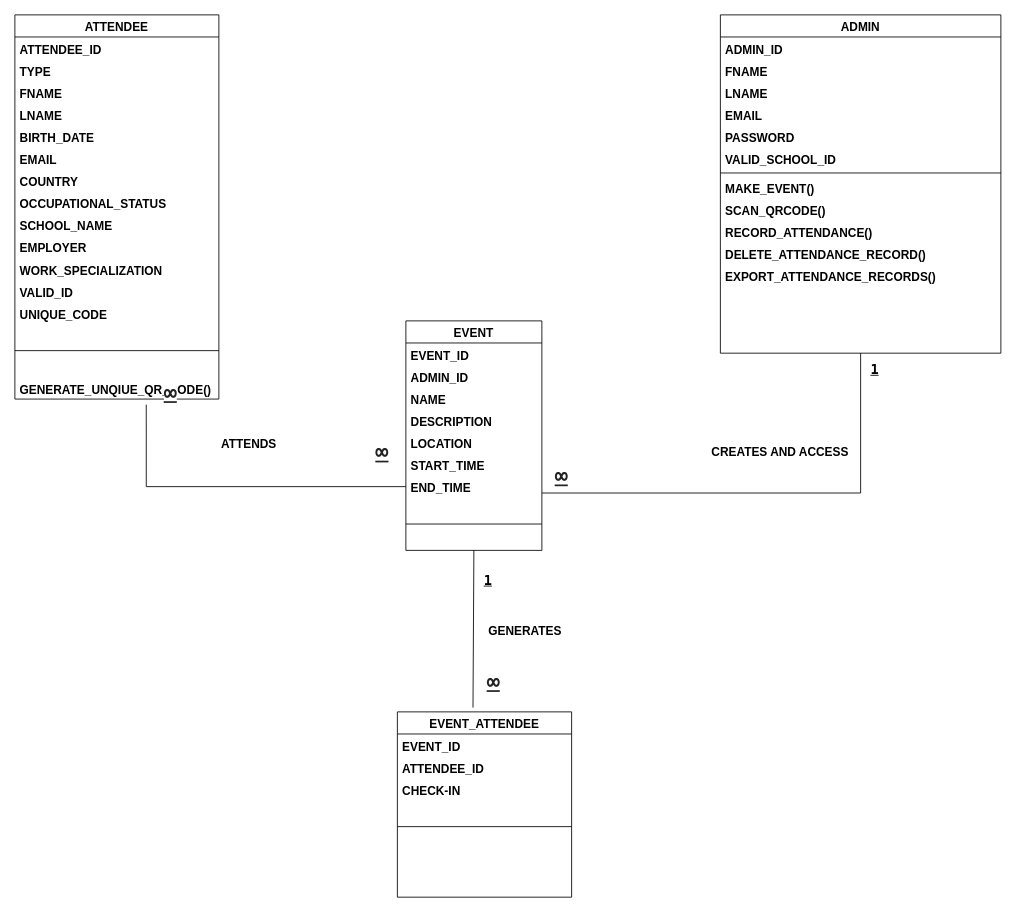
Above: system-data-flow-diagram-using_UML.drawio in JEIT25/CSUCC-QRConnect-Streamlined-Academic-Event-Sign-in-System (draw.io), before the change. Source tidied: cells renumbered, new cells numbered last; positions are measured from the earlier drawing's top-left corner, leaving out a move shared by most shapes. Both pictures are drawn from the tidied source at 85%, with x=0, y=0 at pixel (14, 14).
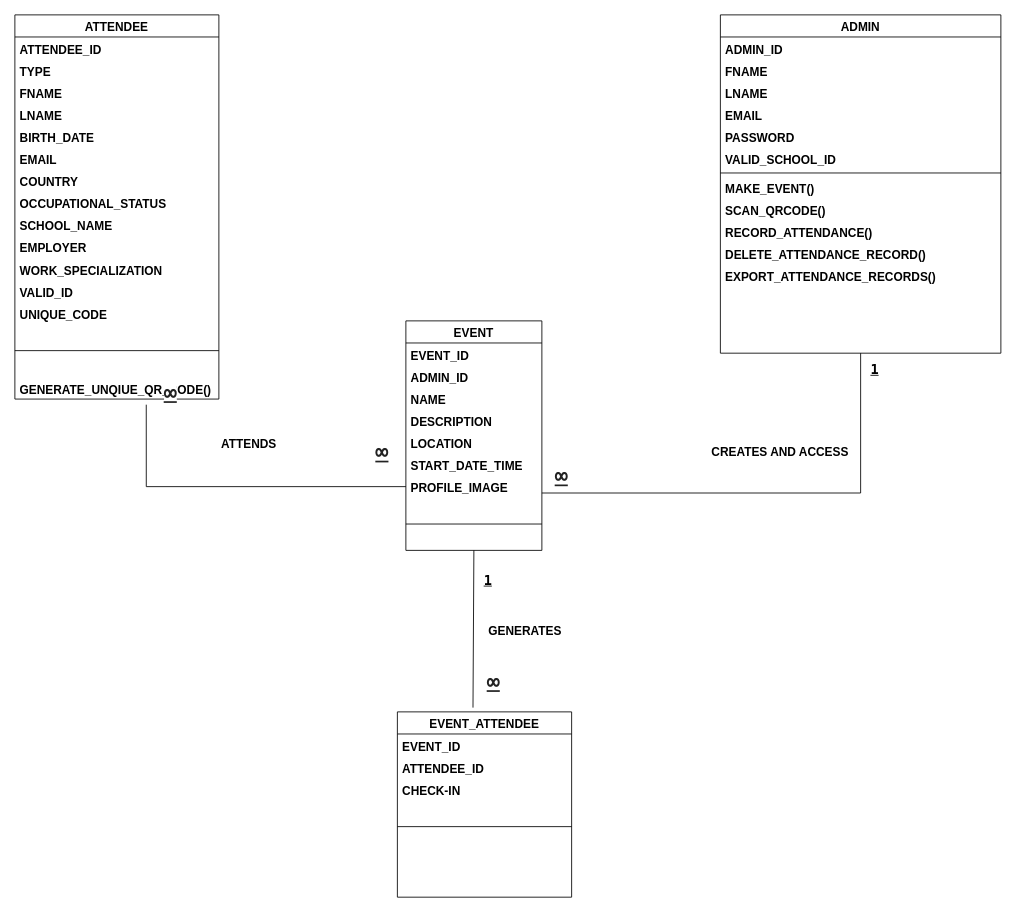
The same page after the edit.

Unchanged cells that the change refers to:
```xml
<mxCell id="30" value="GENERATE_UNQIUE_QR_CODE()" style="text;align=left;verticalAlign=top;spacingLeft=4;spacingRight=4;overflow=hidden;points=[[0,0.5],[1,0.5]];portConstraint=eastwest;rounded=0;shadow=0;html=0;fontStyle=1;fontSize=14;" parent="15" vertex="1">
  <mxGeometry y="426" width="240" height="26" as="geometry" />
</mxCell>
<mxCell id="31" value="EVENT" style="swimlane;fontStyle=1;align=center;verticalAlign=top;horizontal=1;startSize=26;rounded=0;shadow=0;strokeWidth=1;fontSize=14;" parent="1" vertex="1">
  <mxGeometry x="460" y="360" width="160" height="270" as="geometry" />
</mxCell>
```

Change to the diagram source:
```diff
@@
-    <mxCell id="37" value="START_TIME" style="text;align=left;verticalAlign=top;spacingLeft=4;spacingRight=4;overflow=hidden;rounded=0;shadow=0;html=0;fontStyle=1;fontSize=14;" parent="31" vertex="1">
+    <mxCell id="37" value="START_DATE_TIME" style="text;align=left;verticalAlign=top;spacingLeft=4;spacingRight=4;overflow=hidden;rounded=0;shadow=0;html=0;fontStyle=1;fontSize=14;" parent="31" vertex="1">
       <mxGeometry y="156" width="160" height="26" as="geometry" />
     </mxCell>
-    <mxCell id="38" value="END_TIME" style="text;align=left;verticalAlign=top;spacingLeft=4;spacingRight=4;overflow=hidden;points=[[0,0.5],[1,0.5]];portConstraint=eastwest;rounded=0;shadow=0;html=0;fontStyle=1;fontSize=14;" parent="31" vertex="1">
-      <mxGeometry y="182" width="160" height="26" as="geometry" />
-    </mxCell>
+    <mxCell id="57" value="PROFILE_IMAGE" style="text;align=left;verticalAlign=top;spacingLeft=4;spacingRight=4;overflow=hidden;rounded=0;shadow=0;html=0;fontStyle=1;fontSize=14;" parent="31" vertex="1">
+      <mxGeometry y="182" width="160" height="26" as="geometry" />
+    </mxCell>
@@
-    <mxCell id="40" style="endArrow=none;html=1;edgeStyle=orthogonalEdgeStyle;rounded=0;entryX=0;entryY=0.5;entryDx=0;entryDy=0;fontStyle=1;fontSize=14;exitX=0.644;exitY=1.254;exitDx=0;exitDy=0;exitPerimeter=0;" parent="1" edge="1" source="30" target="38">
+    <mxCell id="40" style="endArrow=none;html=1;edgeStyle=orthogonalEdgeStyle;rounded=0;entryX=0;entryY=0.5;entryDx=0;entryDy=0;fontStyle=1;fontSize=14;exitX=0.644;exitY=1.254;exitDx=0;exitDy=0;exitPerimeter=0;" parent="1" edge="1" source="30">
       <mxGeometry relative="1" as="geometry">
+        <mxPoint x="460" y="555" as="targetPoint" />
         <Array as="points">
           <mxPoint x="155" y="555" />
         </Array>
       </mxGeometry>
     </mxCell>
```
